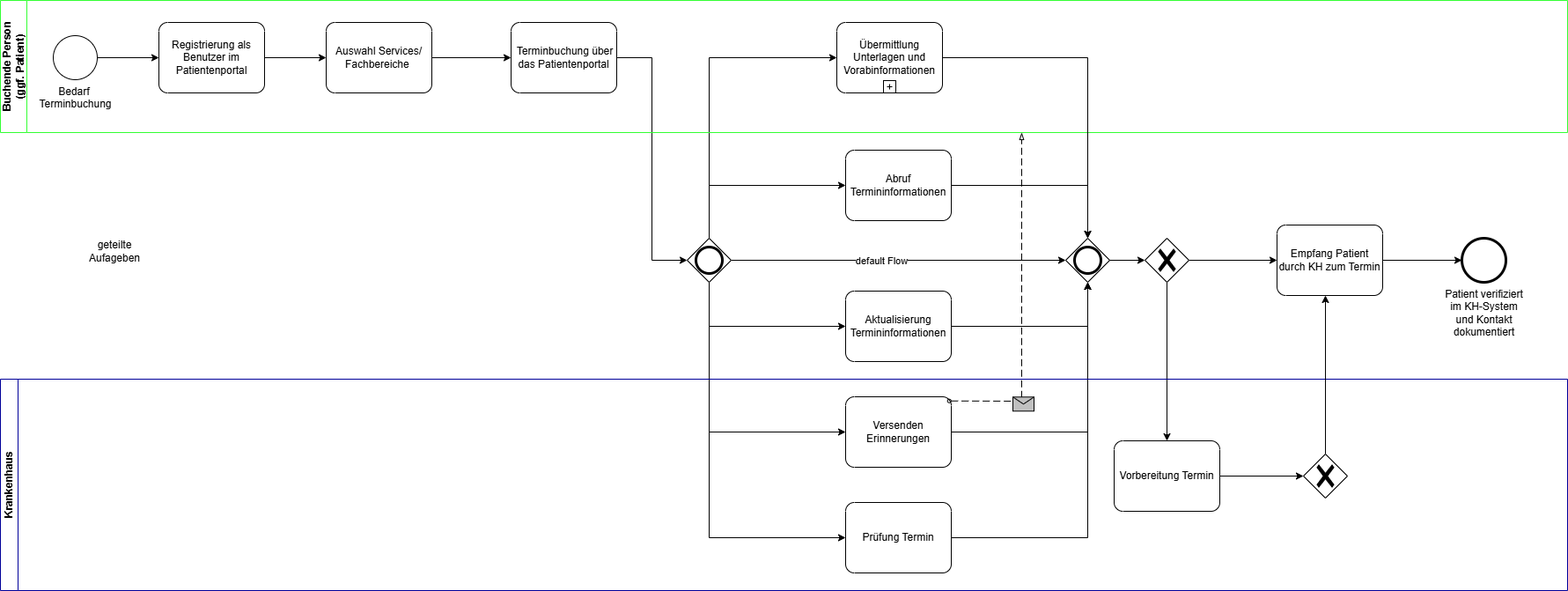
Above: Material/Terminplanung/images/diagrams/buchung-termin-portal.drawio.png in gematik/spec-ISiK-Basismodul (draw.io), before the change. Source tidied: cells renumbered, new cells last; positions are measured from the earlier drawing's top-left corner, leaving out a move shared by most shapes.
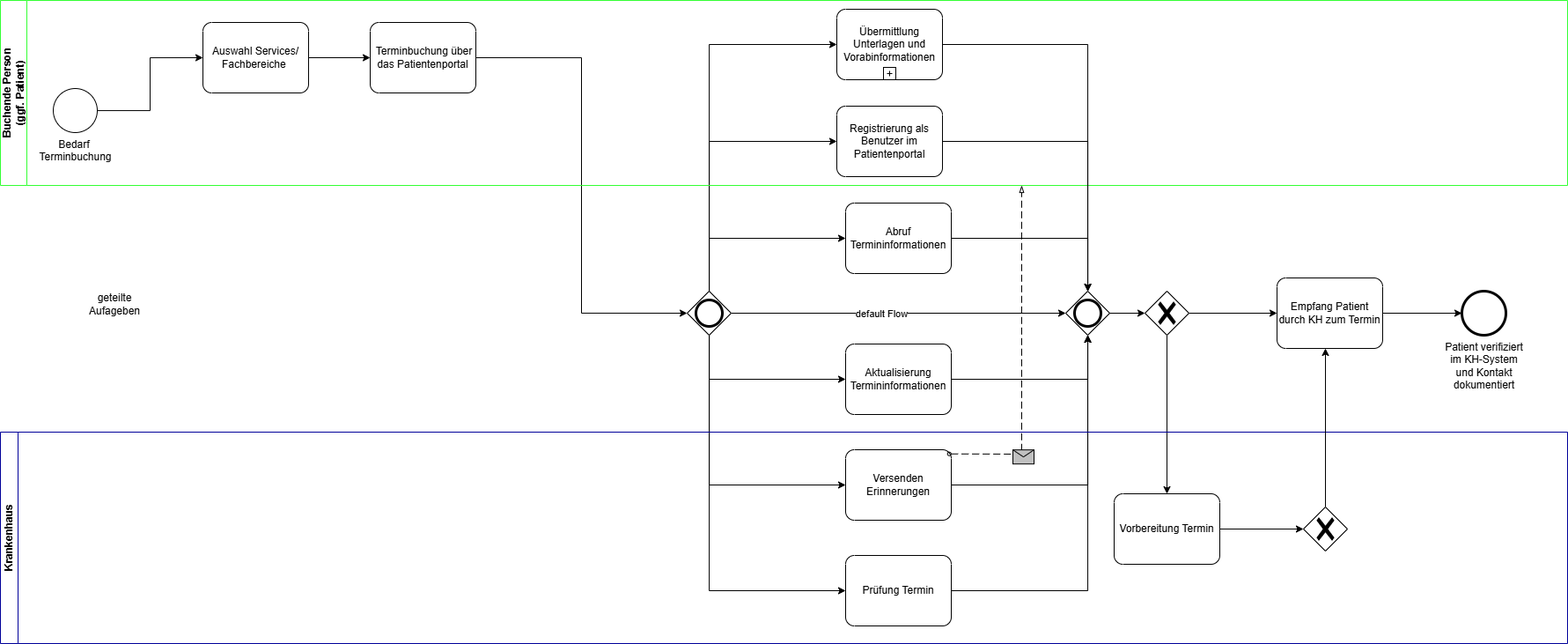
After the change.

Commit message:
Stufe - 5 Termin - Change registration order for sequence (#764)

Diff of the diagram source:
```diff
@@ -2,34 +2,22 @@
   <root>
     <mxCell id="0" />
     <mxCell id="1" parent="0" />
-    <mxCell id="2" style="edgeStyle=orthogonalEdgeStyle;rounded=0;jettySize=auto;html=1;exitX=1;exitY=0.5;exitDx=0;exitDy=0;exitPerimeter=0;" parent="1" edge="1" source="3" target="4">
-      <mxGeometry relative="1" as="geometry" />
-    </mxCell>
     <mxCell id="3" value="&lt;div&gt;Bedarf&amp;nbsp;&lt;/div&gt;&lt;div&gt;Terminbuchung&lt;/div&gt;" style="points=[[0.145,0.145,0],[0.5,0,0],[0.855,0.145,0],[1,0.5,0],[0.855,0.855,0],[0.5,1,0],[0.145,0.855,0],[0,0.5,0]];shape=mxgraph.bpmn.event;html=1;verticalLabelPosition=bottom;labelBackgroundColor=#ffffff;verticalAlign=top;align=center;perimeter=ellipsePerimeter;outlineConnect=0;outline=standard;symbol=general;" parent="1" vertex="1">
       <mxGeometry x="60" y="40" width="50" height="50" as="geometry" />
     </mxCell>
-    <mxCell id="4" value="Registrierung als Benutzer im Patientenportal" style="points=[[0.25,0,0],[0.5,0,0],[0.75,0,0],[1,0.25,0],[1,0.5,0],[1,0.75,0],[0.75,1,0],[0.5,1,0],[0.25,1,0],[0,0.75,0],[0,0.5,0],[0,0.25,0]];shape=mxgraph.bpmn.task;whiteSpace=wrap;rectStyle=rounded;size=10;html=1;taskMarker=abstract;" parent="1" vertex="1">
-      <mxGeometry x="180" y="25" width="120" height="80" as="geometry" />
-    </mxCell>
-    <mxCell id="5" value="Auswahl Services/ Fachbereiche&amp;nbsp;" style="points=[[0.25,0,0],[0.5,0,0],[0.75,0,0],[1,0.25,0],[1,0.5,0],[1,0.75,0],[0.75,1,0],[0.5,1,0],[0.25,1,0],[0,0.75,0],[0,0.5,0],[0,0.25,0]];shape=mxgraph.bpmn.task;whiteSpace=wrap;rectStyle=rounded;size=10;html=1;taskMarker=abstract;" parent="1" vertex="1">
-      <mxGeometry x="370" y="25" width="120" height="80" as="geometry" />
-    </mxCell>
-    <mxCell id="6" value="&amp;nbsp;Terminbuchung über das Patientenportal" style="points=[[0.25,0,0],[0.5,0,0],[0.75,0,0],[1,0.25,0],[1,0.5,0],[1,0.75,0],[0.75,1,0],[0.5,1,0],[0.25,1,0],[0,0.75,0],[0,0.5,0],[0,0.25,0]];shape=mxgraph.bpmn.task;whiteSpace=wrap;rectStyle=rounded;size=10;html=1;taskMarker=abstract;" parent="1" vertex="1">
-      <mxGeometry x="580" y="25" width="120" height="80" as="geometry" />
-    </mxCell>
     <mxCell id="7" style="edgeStyle=orthogonalEdgeStyle;rounded=0;jettySize=auto;html=1;exitX=1;exitY=0.5;exitDx=0;exitDy=0;exitPerimeter=0;" parent="1" edge="1" source="14" target="28">
       <mxGeometry relative="1" as="geometry" />
     </mxCell>
     <mxCell id="8" value="default Flow" style="edgeLabel;html=1;align=center;verticalAlign=middle;" parent="7" vertex="1">
       <mxGeometry x="-0.1" relative="1" as="geometry" />
     </mxCell>
-    <mxCell id="9" style="edgeStyle=orthogonalEdgeStyle;rounded=0;jettySize=auto;html=1;" parent="1" edge="1" source="14" target="25">
-      <mxGeometry relative="1" as="geometry">
-        <Array as="points">
-          <mxPoint x="805" y="65" />
-        </Array>
-      </mxGeometry>
-    </mxCell>
+    <mxCell id="45" style="edgeStyle=orthogonalEdgeStyle;rounded=0;jettySize=auto;html=1;" parent="1" edge="1" source="14" target="4">
+      <mxGeometry relative="1" as="geometry">
+        <Array as="points">
+          <mxPoint x="805" y="100" />
+        </Array>
+      </mxGeometry>
+    </mxCell>
     <mxCell id="10" style="edgeStyle=orthogonalEdgeStyle;rounded=0;jettySize=auto;html=1;" parent="1" edge="1" source="14" target="32">
       <mxGeometry relative="1" as="geometry">
         <Array as="points">
@@ -58,6 +46,13 @@
         </Array>
       </mxGeometry>
     </mxCell>
+    <mxCell id="9" style="edgeStyle=orthogonalEdgeStyle;rounded=0;jettySize=auto;html=1;" parent="1" edge="1" source="14" target="25">
+      <mxGeometry relative="1" as="geometry">
+        <Array as="points">
+          <mxPoint x="805" y="-10" />
+        </Array>
+      </mxGeometry>
+    </mxCell>
     <mxCell id="14" style="points=[[0.25,0.25,0],[0.5,0,0],[0.75,0.25,0],[1,0.5,0],[0.75,0.75,0],[0.5,1,0],[0.25,0.75,0],[0,0.5,0]];shape=mxgraph.bpmn.gateway2;html=1;verticalLabelPosition=bottom;labelBackgroundColor=#ffffff;verticalAlign=top;align=center;perimeter=rhombusPerimeter;outlineConnect=0;outline=end;symbol=general;" parent="1" vertex="1">
       <mxGeometry x="780" y="270" width="50" height="50" as="geometry" />
     </mxCell>
@@ -67,12 +62,9 @@
     <mxCell id="16" value="Versenden Erinnerungen" style="points=[[0.25,0,0],[0.5,0,0],[0.75,0,0],[1,0.25,0],[1,0.5,0],[1,0.75,0],[0.75,1,0],[0.5,1,0],[0.25,1,0],[0,0.75,0],[0,0.5,0],[0,0.25,0]];shape=mxgraph.bpmn.task;whiteSpace=wrap;rectStyle=rounded;size=10;html=1;taskMarker=abstract;" parent="1" vertex="1">
       <mxGeometry x="960" y="450" width="120" height="80" as="geometry" />
     </mxCell>
-    <mxCell id="17" style="edgeStyle=orthogonalEdgeStyle;rounded=0;jettySize=auto;html=1;exitX=1;exitY=0.5;exitDx=0;exitDy=0;exitPerimeter=0;entryX=0;entryY=0.5;entryDx=0;entryDy=0;entryPerimeter=0;" parent="1" edge="1" source="4" target="5">
-      <mxGeometry relative="1" as="geometry" />
-    </mxCell>
-    <mxCell id="18" style="edgeStyle=orthogonalEdgeStyle;rounded=0;jettySize=auto;html=1;exitX=1;exitY=0.5;exitDx=0;exitDy=0;exitPerimeter=0;entryX=0;entryY=0.5;entryDx=0;entryDy=0;entryPerimeter=0;" parent="1" edge="1" source="5" target="6">
-      <mxGeometry relative="1" as="geometry" />
-    </mxCell>
+    <mxCell id="46" style="edgeStyle=orthogonalEdgeStyle;rounded=0;jettySize=auto;html=1;entryX=0;entryY=0.5;entryDx=0;entryDy=0;entryPerimeter=0;" parent="1" edge="1" source="3" target="5">
+      <mxGeometry relative="1" as="geometry" />
+    </mxCell>
     <mxCell id="19" style="edgeStyle=orthogonalEdgeStyle;rounded=0;jettySize=auto;html=1;exitX=1;exitY=0.5;exitDx=0;exitDy=0;exitPerimeter=0;entryX=0;entryY=0.5;entryDx=0;entryDy=0;entryPerimeter=0;" parent="1" edge="1" source="6" target="14">
       <mxGeometry relative="1" as="geometry" />
     </mxCell>
@@ -89,11 +81,23 @@
       <mxGeometry x="1450" y="255" width="120" height="80" as="geometry" />
     </mxCell>
     <mxCell id="24" value="Buchende Person&lt;br&gt;(ggf. Patient)" style="swimlane;startSize=30;horizontal=0;html=1;whiteSpace=wrap;strokeColor=#33FF33;" parent="1" vertex="1">
-      <mxGeometry width="1780" height="150" as="geometry" />
+      <mxGeometry y="-60" width="1780" height="210" as="geometry" />
     </mxCell>
     <mxCell id="25" value="Übermittlung Unterlagen und Vorabinformationen" style="points=[[0.25,0,0],[0.5,0,0],[0.75,0,0],[1,0.25,0],[1,0.5,0],[1,0.75,0],[0.75,1,0],[0.5,1,0],[0.25,1,0],[0,0.75,0],[0,0.5,0],[0,0.25,0]];shape=mxgraph.bpmn.task;whiteSpace=wrap;rectStyle=rounded;size=10;html=1;taskMarker=abstract;isLoopSub=1;" parent="24" vertex="1">
-      <mxGeometry x="950" y="25" width="120" height="80" as="geometry" />
+      <mxGeometry x="950" y="10" width="120" height="80" as="geometry" />
     </mxCell>
+    <mxCell id="5" value="Auswahl Services/ Fachbereiche&amp;nbsp;" style="points=[[0.25,0,0],[0.5,0,0],[0.75,0,0],[1,0.25,0],[1,0.5,0],[1,0.75,0],[0.75,1,0],[0.5,1,0],[0.25,1,0],[0,0.75,0],[0,0.5,0],[0,0.25,0]];shape=mxgraph.bpmn.task;whiteSpace=wrap;rectStyle=rounded;size=10;html=1;taskMarker=abstract;" parent="24" vertex="1">
+      <mxGeometry x="230" y="25" width="120" height="80" as="geometry" />
+    </mxCell>
+    <mxCell id="6" value="&amp;nbsp;Terminbuchung über das Patientenportal" style="points=[[0.25,0,0],[0.5,0,0],[0.75,0,0],[1,0.25,0],[1,0.5,0],[1,0.75,0],[0.75,1,0],[0.5,1,0],[0.25,1,0],[0,0.75,0],[0,0.5,0],[0,0.25,0]];shape=mxgraph.bpmn.task;whiteSpace=wrap;rectStyle=rounded;size=10;html=1;taskMarker=abstract;" parent="24" vertex="1">
+      <mxGeometry x="420" y="25" width="120" height="80" as="geometry" />
+    </mxCell>
+    <mxCell id="18" style="edgeStyle=orthogonalEdgeStyle;rounded=0;jettySize=auto;html=1;exitX=1;exitY=0.5;exitDx=0;exitDy=0;exitPerimeter=0;entryX=0;entryY=0.5;entryDx=0;entryDy=0;entryPerimeter=0;" parent="24" edge="1" source="5" target="6">
+      <mxGeometry relative="1" as="geometry" />
+    </mxCell>
+    <mxCell id="4" value="Registrierung als Benutzer im Patientenportal" style="points=[[0.25,0,0],[0.5,0,0],[0.75,0,0],[1,0.25,0],[1,0.5,0],[1,0.75,0],[0.75,1,0],[0.5,1,0],[0.25,1,0],[0,0.75,0],[0,0.5,0],[0,0.25,0]];shape=mxgraph.bpmn.task;whiteSpace=wrap;rectStyle=rounded;size=10;html=1;taskMarker=abstract;" parent="24" vertex="1">
+      <mxGeometry x="950" y="120" width="120" height="80" as="geometry" />
+    </mxCell>
     <mxCell id="26" style="edgeStyle=orthogonalEdgeStyle;rounded=0;jettySize=auto;html=1;exitX=1;exitY=0.5;exitDx=0;exitDy=0;exitPerimeter=0;" parent="1" edge="1" source="15" target="28">
       <mxGeometry relative="1" as="geometry" />
     </mxCell>
@@ -149,18 +153,21 @@
     <mxCell id="42" value="geteilte Aufageben" style="text;html=1;strokeColor=none;fillColor=none;align=center;verticalAlign=middle;whiteSpace=wrap;rounded=0;" parent="1" vertex="1">
       <mxGeometry x="90" y="270" width="80" height="30" as="geometry" />
     </mxCell>
-    <mxCell id="43" style="endArrow=blockThin;html=1;labelPosition=left;verticalLabelPosition=middle;align=right;verticalAlign=middle;dashed=1;dashPattern=8 4;endFill=0;startArrow=oval;startFill=0;endSize=6;startSize=4;rounded=0;exitX=0.981;exitY=0.059;exitDx=0;exitDy=0;exitPerimeter=0;" parent="1" edge="1" source="16">
-      <mxGeometry relative="1" as="geometry">
-        <mxPoint x="1160" y="150" as="targetPoint" />
-        <Array as="points">
-          <mxPoint x="1160" y="455" />
-        </Array>
-      </mxGeometry>
-    </mxCell>
-    <mxCell id="44" style="shape=message;html=1;labelPosition=left;verticalLabelPosition=middle;align=right;verticalAlign=middle;spacingRight=5;labelBackgroundColor=#ffffff;fillColor=#C0C0C0;" parent="43" vertex="1">
-      <mxGeometry width="24" height="16" relative="1" as="geometry">
-        <mxPoint x="-10" y="107" as="offset" />
-      </mxGeometry>
-    </mxCell>
+    <mxCell id="47" style="endArrow=blockThin;html=1;labelPosition=left;verticalLabelPosition=middle;align=right;verticalAlign=middle;dashed=1;dashPattern=8 4;endFill=0;startArrow=oval;startFill=0;endSize=6;startSize=4;rounded=0;exitX=0.981;exitY=0.059;exitDx=0;exitDy=0;exitPerimeter=0;" parent="1" edge="1" source="16">
+      <mxGeometry relative="1" as="geometry">
+        <mxPoint x="1160" y="150" as="targetPoint" />
+        <Array as="points">
+          <mxPoint x="1160" y="455" />
+        </Array>
+      </mxGeometry>
+    </mxCell>
+    <mxCell id="48" style="shape=message;html=1;labelPosition=left;verticalLabelPosition=middle;align=right;verticalAlign=middle;spacingRight=5;labelBackgroundColor=#ffffff;fillColor=#C0C0C0;" parent="47" vertex="1">
+      <mxGeometry width="24" height="16" relative="1" as="geometry">
+        <mxPoint x="-10" y="107" as="offset" />
+      </mxGeometry>
+    </mxCell>
+    <mxCell id="49" style="edgeStyle=orthogonalEdgeStyle;rounded=0;jettySize=auto;html=1;" parent="1" edge="1" source="4" target="28">
+      <mxGeometry relative="1" as="geometry" />
+    </mxCell>
   </root>
 </mxGraphModel>
```
